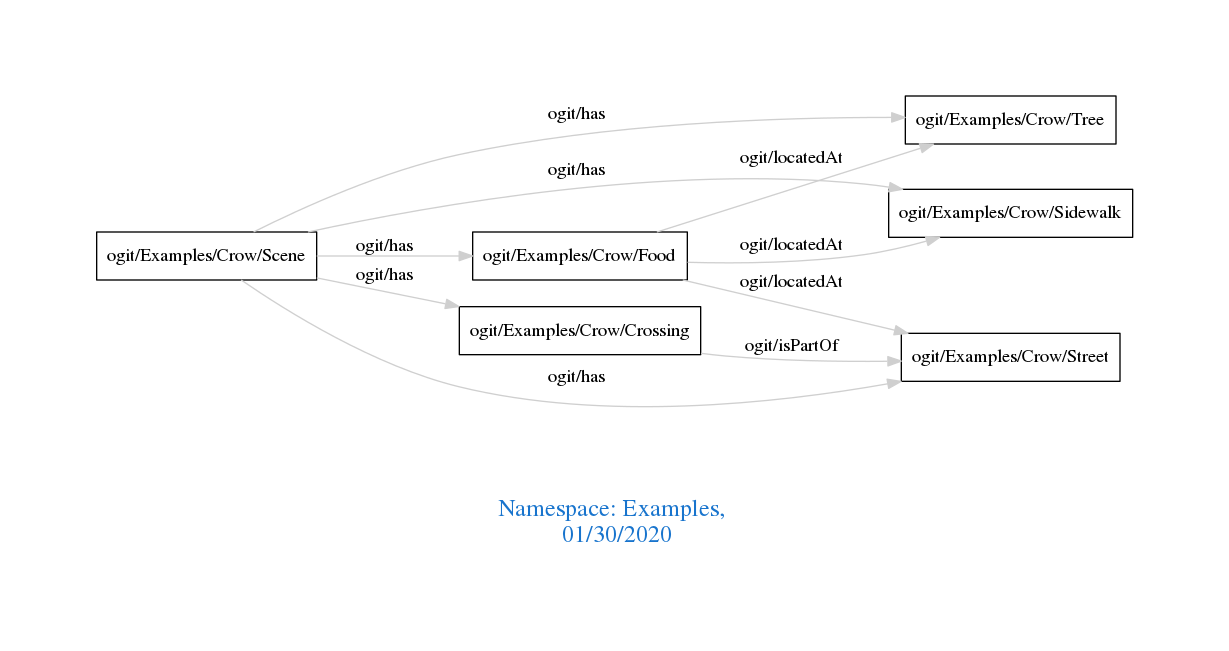
The Graphviz diagram downloads/Examples.png in arago/OGIT, before a commit. Its source is kept beside it as downloads/Examples.dot.
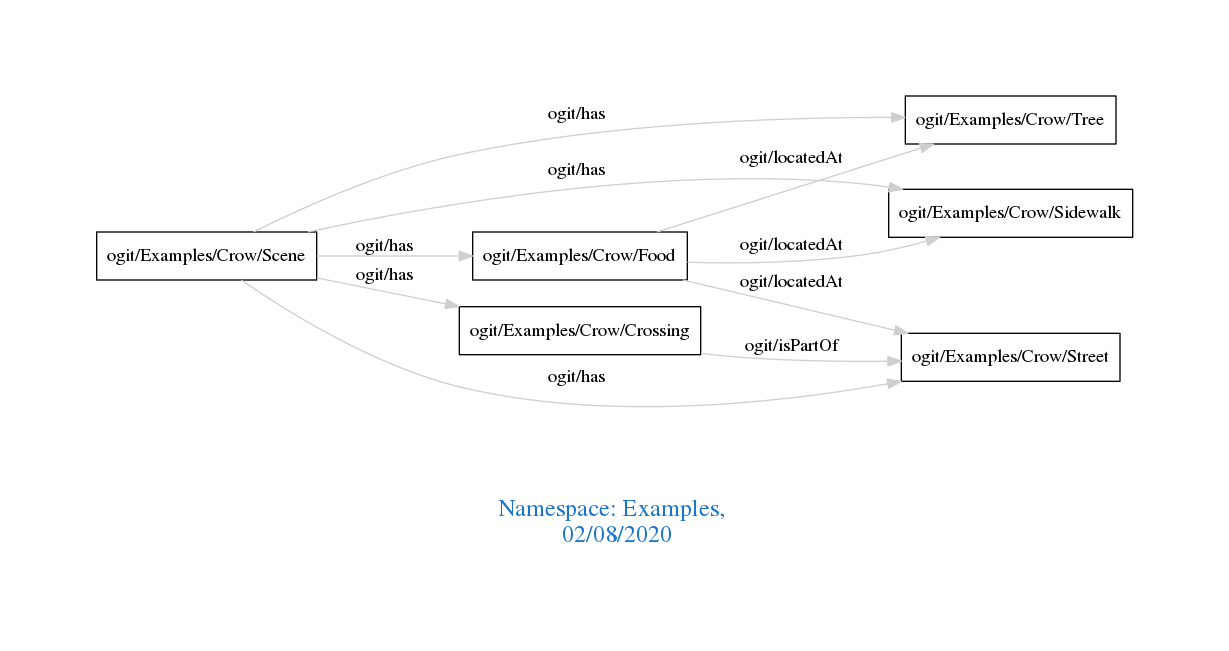
The same diagram one commit later.

What changed in the source:
```diff
@@ -1,7 +1,7 @@
 digraph OGIT_ontology {
  graph [ rankdir= LR,pad=1
 fontsize = 18,
-fontcolor= dodgerblue3,label = "\n\n\nNamespace: Examples, \n 01/30/2020"];
+fontcolor= dodgerblue3,label = "\n\n\nNamespace: Examples, \n 02/08/2020"];
 node[shape=polygon];
 edge [  color="gray81"];
 
```
